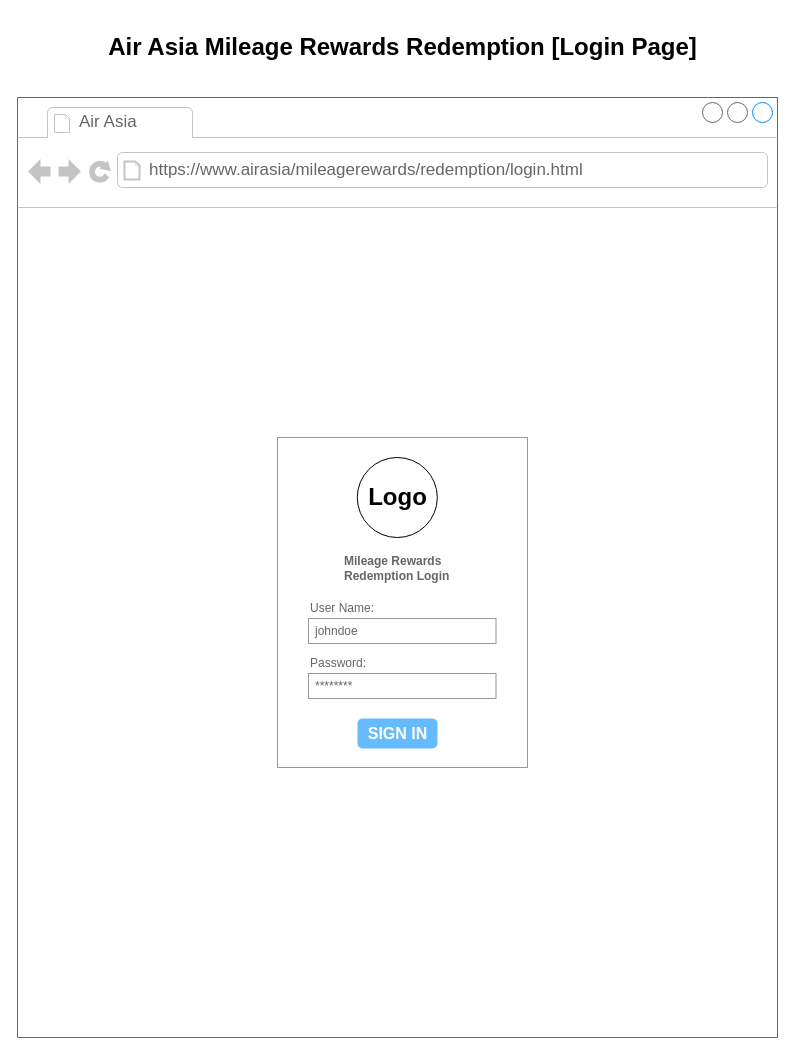
The draw.io diagram LoginPage.drawio in Stucki-Kyle/IS6465, before the edit. Source tidied: cells renumbered, new cells numbered last; positions are measured from the earlier drawing's top-left corner, leaving out a move shared by most shapes. Both pictures are drawn from the tidied source at 100%, with x=0, y=0 at pixel (17, 17).
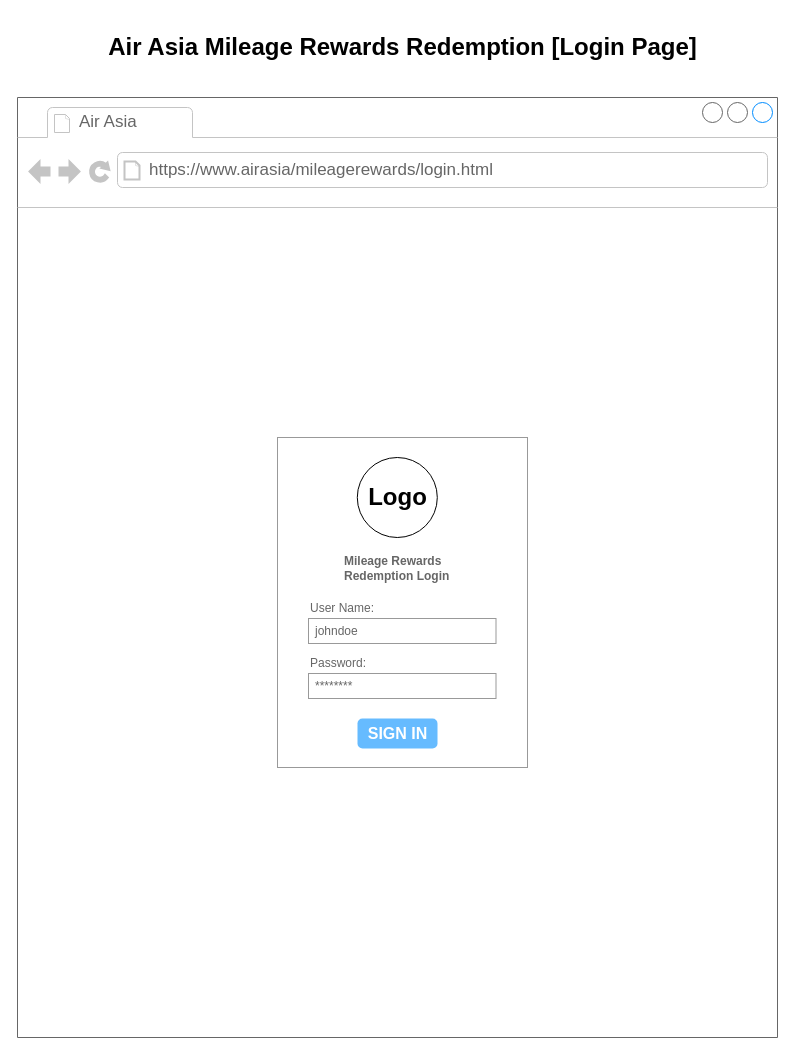
The same diagram, later.

Change to the diagram source:
```diff
@@
 <mxGraphModel>
   <root>
     <mxCell id="0" />
     <mxCell id="1" parent="0" />
     <mxCell id="2" style="strokeWidth=1;shadow=0;dashed=0;align=center;html=1;shape=mxgraph.mockup.containers.browserWindow;rSize=0;strokeColor=#666666;strokeColor2=#008cff;strokeColor3=#c4c4c4;mainText=,;" parent="1" vertex="1">
       <mxGeometry y="80" width="760" height="940" as="geometry" />
     </mxCell>
     <mxCell id="3" value="Air Asia" style="strokeWidth=1;shadow=0;dashed=0;align=center;html=1;shape=mxgraph.mockup.containers.anchor;fontSize=17;fontColor=#666666;align=left;whiteSpace=wrap;" parent="2" vertex="1">
       <mxGeometry x="60" y="12" width="110" height="26" as="geometry" />
     </mxCell>
-    <mxCell id="4" value="https://www.airasia/mileagerewards/redemption/login.html" style="strokeWidth=1;shadow=0;dashed=0;align=center;html=1;shape=mxgraph.mockup.containers.anchor;rSize=0;fontSize=17;fontColor=#666666;align=left;" parent="2" vertex="1">
+    <mxCell id="4" value="https://www.airasia/mileagerewards/login.html" style="strokeWidth=1;shadow=0;dashed=0;align=center;html=1;shape=mxgraph.mockup.containers.anchor;rSize=0;fontSize=17;fontColor=#666666;align=left;" parent="2" vertex="1">
       <mxGeometry x="130" y="60" width="250" height="26" as="geometry" />
     </mxCell>
     <mxCell id="5" style="strokeWidth=1;shadow=0;dashed=0;align=center;html=1;shape=mxgraph.mockup.forms.rrect;rSize=0;strokeColor=#999999;fillColor=#ffffff;" parent="2" vertex="1">
       <mxGeometry x="260" y="340" width="250" height="330" as="geometry" />
     </mxCell>
     <mxCell id="6" value="&lt;b&gt;Mileage Rewards&lt;/b&gt;&lt;div&gt;&lt;b&gt;Redemption Login&lt;/b&gt;&lt;/div&gt;" style="strokeWidth=1;shadow=0;dashed=0;align=center;html=1;shape=mxgraph.mockup.forms.anchor;fontSize=12;fontColor=#666666;align=left;spacingLeft=0;" parent="5" vertex="1">
       <mxGeometry width="162.5" height="40" relative="1" as="geometry">
         <mxPoint x="65" y="111" as="offset" />
       </mxGeometry>
     </mxCell>
     <mxCell id="7" value="User Name:" style="strokeWidth=1;shadow=0;dashed=0;align=center;html=1;shape=mxgraph.mockup.forms.anchor;fontSize=12;fontColor=#666666;align=left;spacingLeft=0;" parent="5" vertex="1">
       <mxGeometry width="125" height="20" relative="1" as="geometry">
         <mxPoint x="31" y="161" as="offset" />
       </mxGeometry>
     </mxCell>
     <mxCell id="8" value="johndoe" style="strokeWidth=1;shadow=0;dashed=0;align=center;html=1;shape=mxgraph.mockup.forms.rrect;rSize=0;strokeColor=#999999;fontColor=#666666;align=left;spacingLeft=5;" parent="5" vertex="1">
       <mxGeometry width="187.5" height="25" relative="1" as="geometry">
         <mxPoint x="31" y="181" as="offset" />
       </mxGeometry>
     </mxCell>
     <mxCell id="9" value="Password:" style="strokeWidth=1;shadow=0;dashed=0;align=center;html=1;shape=mxgraph.mockup.forms.anchor;fontSize=12;fontColor=#666666;align=left;spacingLeft=0;" parent="5" vertex="1">
       <mxGeometry width="125" height="20" relative="1" as="geometry">
         <mxPoint x="31" y="216" as="offset" />
       </mxGeometry>
     </mxCell>
     <mxCell id="10" value="********" style="strokeWidth=1;shadow=0;dashed=0;align=center;html=1;shape=mxgraph.mockup.forms.rrect;rSize=0;strokeColor=#999999;fontColor=#666666;align=left;spacingLeft=5;" parent="5" vertex="1">
       <mxGeometry width="187.5" height="25" relative="1" as="geometry">
         <mxPoint x="31" y="236" as="offset" />
       </mxGeometry>
     </mxCell>
     <mxCell id="11" value="SIGN IN" style="strokeWidth=1;shadow=0;dashed=0;align=center;html=1;shape=mxgraph.mockup.forms.rrect;rSize=5;strokeColor=none;fontColor=#ffffff;fillColor=#66bbff;fontSize=16;fontStyle=1;" parent="5" vertex="1">
       <mxGeometry y="1" width="80" height="30" relative="1" as="geometry">
         <mxPoint x="80" y="-49" as="offset" />
       </mxGeometry>
     </mxCell>
     <mxCell id="12" style="ellipse;whiteSpace=wrap;html=1;" parent="5" vertex="1">
       <mxGeometry x="79.8" y="20" width="80" height="80" as="geometry" />
     </mxCell>
     <mxCell id="13" value="Logo" style="text;strokeColor=none;fillColor=none;html=1;fontSize=24;fontStyle=1;verticalAlign=middle;align=center;" parent="5" vertex="1">
       <mxGeometry x="57.2" y="40" width="125" height="40" as="geometry" />
     </mxCell>
     <mxCell id="14" value="Air Asia Mileage Rewards Redemption [Login Page]" style="text;strokeColor=none;fillColor=none;html=1;fontSize=24;fontStyle=1;verticalAlign=middle;align=center;" parent="1" vertex="1">
       <mxGeometry x="335" width="100" height="60" as="geometry" />
     </mxCell>
   </root>
 </mxGraphModel>
```
